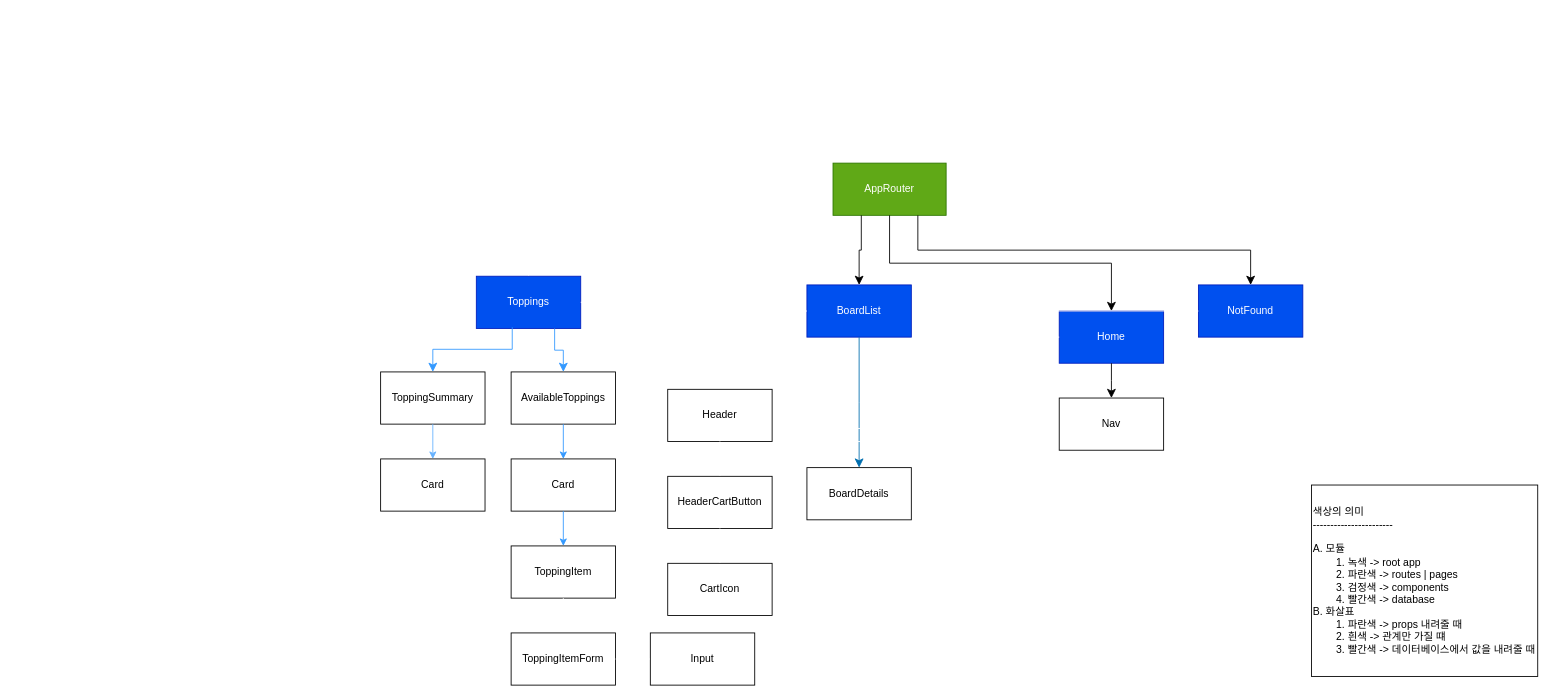
The draw.io diagram react/playground/document/컴포넌트-계통도.drawio in Doohwancho/javascript, before the edit. Source tidied: cells renumbered, new cells numbered last; positions are measured from the earlier drawing's top-left corner, leaving out a move shared by most shapes. Both pictures are drawn from the tidied source at 87%, with x=0, y=0 at pixel (380, 163).
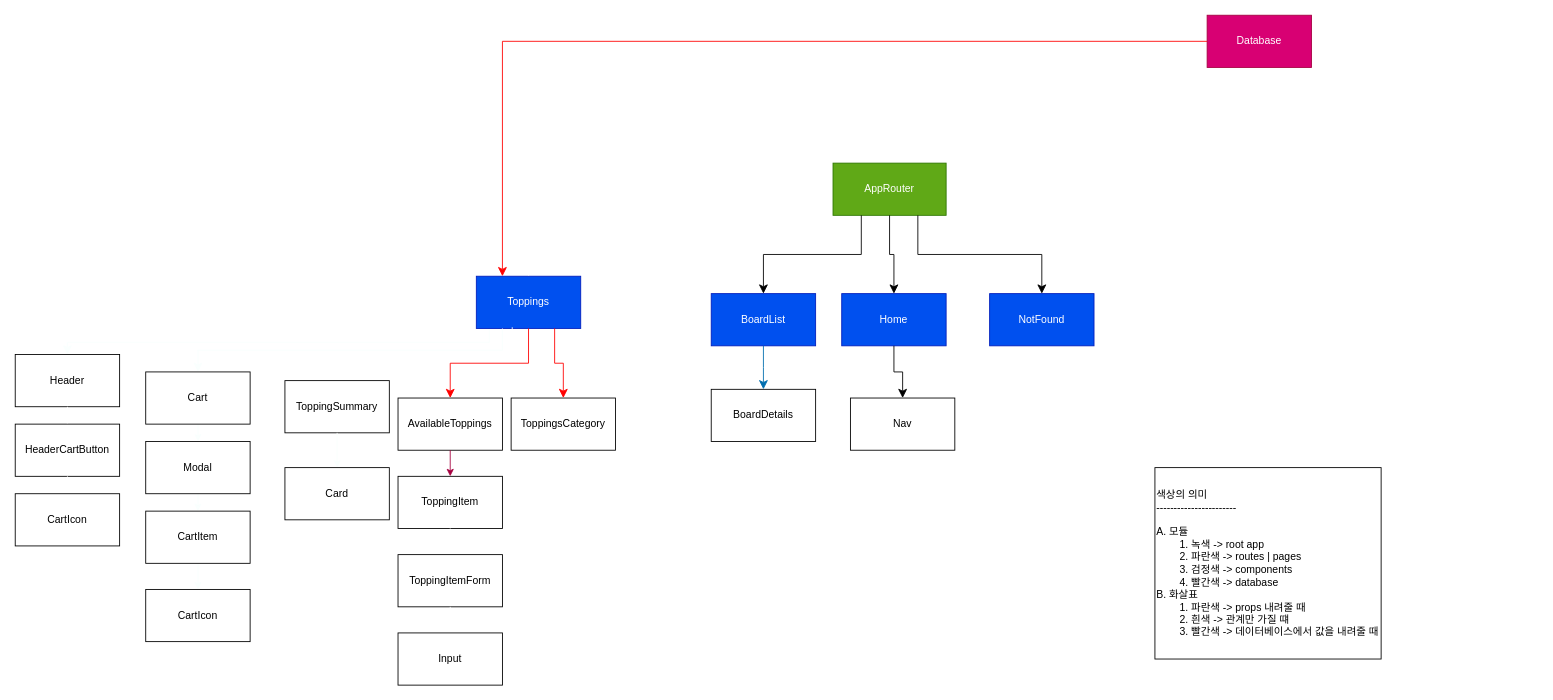
The same page after the edit.

Unchanged cells that the change refers to:
```xml
<mxCell id="14" value="Toppings" style="rounded=0;whiteSpace=wrap;html=1;fillColor=#0050ef;fontColor=#ffffff;strokeColor=#001DBC;" parent="1" vertex="1">
  <mxGeometry x="110" y="130" width="120" height="60" as="geometry" />
</mxCell>
```

Change to the diagram source:
```diff
@@
     <mxCell id="3" value="Home" style="rounded=0;whiteSpace=wrap;html=1;fillColor=#0050ef;fontColor=#ffffff;strokeColor=#001DBC;" parent="1" vertex="1">
-      <mxGeometry x="780" y="170" width="120" height="60" as="geometry" />
+      <mxGeometry x="530" y="150" width="120" height="60" as="geometry" />
     </mxCell>
     <mxCell id="4" value="NotFound" style="rounded=0;whiteSpace=wrap;html=1;fillColor=#0050ef;fontColor=#ffffff;strokeColor=#001DBC;" parent="1" vertex="1">
-      <mxGeometry x="940" y="140" width="120" height="60" as="geometry" />
+      <mxGeometry x="700" y="150" width="120" height="60" as="geometry" />
     </mxCell>
     <mxCell id="5" value="Nav" style="rounded=0;whiteSpace=wrap;html=1;" parent="1" vertex="1">
-      <mxGeometry x="780" y="270" width="120" height="60" as="geometry" />
+      <mxGeometry x="540" y="270" width="120" height="60" as="geometry" />
     </mxCell>
@@
     <mxCell id="9" value="BoardDetails" style="rounded=0;whiteSpace=wrap;html=1;" parent="1" vertex="1">
-      <mxGeometry x="490" y="350" width="120" height="60" as="geometry" />
+      <mxGeometry x="380" y="260" width="120" height="60" as="geometry" />
     </mxCell>
     <mxCell id="10" value="BoardList" style="rounded=0;whiteSpace=wrap;html=1;fillColor=#0050ef;fontColor=#ffffff;strokeColor=#001DBC;" parent="1" vertex="1">
-      <mxGeometry x="490" y="140" width="120" height="60" as="geometry" />
+      <mxGeometry x="380" y="150" width="120" height="60" as="geometry" />
     </mxCell>
@@
     <mxCell id="13" value="색상의 의미&lt;br&gt;-----------------------&lt;br&gt;&lt;br&gt;A. 모듈&lt;br&gt;&lt;span style=&quot;white-space: pre;&quot;&gt;&#9;&lt;/span&gt;1. 녹색 -&amp;gt; root app&lt;br&gt;&lt;span style=&quot;white-space: pre;&quot;&gt;&#9;&lt;/span&gt;2. 파란색 -&amp;gt; routes | pages&lt;br&gt;&lt;span style=&quot;white-space: pre;&quot;&gt;&#9;&lt;/span&gt;3. 검정색 -&amp;gt; components&lt;br&gt;&lt;span style=&quot;white-space: pre;&quot;&gt;&#9;&lt;/span&gt;4. 빨간색 -&amp;gt; database&lt;br&gt;B. 화살표&lt;br&gt;&lt;span style=&quot;white-space: pre;&quot;&gt;&#9;&lt;/span&gt;1. 파란색 -&amp;gt; props 내려줄 때&lt;br&gt;&lt;span style=&quot;white-space: pre;&quot;&gt;&#9;&lt;/span&gt;2. 흰색 -&amp;gt; 관계만 가질 떄&lt;br&gt;&lt;span style=&quot;white-space: pre;&quot;&gt;&#9;&lt;/span&gt;3. 빨간색 -&amp;gt; 데이터베이스에서 값을 내려줄 때" style="rounded=0;whiteSpace=wrap;html=1;align=left;" parent="1" vertex="1">
-      <mxGeometry x="1070" y="370" width="260" height="220" as="geometry" />
+      <mxGeometry x="890" y="350" width="260" height="220" as="geometry" />
     </mxCell>
@@
     <mxCell id="15" value="ToppingSummary" style="rounded=0;whiteSpace=wrap;html=1;" parent="1" vertex="1">
-      <mxGeometry y="240" width="120" height="60" as="geometry" />
+      <mxGeometry x="-110" y="250" width="120" height="60" as="geometry" />
     </mxCell>
     <mxCell id="16" value="Card" style="rounded=0;whiteSpace=wrap;html=1;" parent="1" vertex="1">
-      <mxGeometry y="340" width="120" height="60" as="geometry" />
+      <mxGeometry x="-110" y="350" width="120" height="60" as="geometry" />
     </mxCell>
-    <mxCell id="17" style="endArrow=classic;html=1;exitX=0.5;exitY=1;exitDx=0;exitDy=0;entryX=0.5;entryY=0;entryDx=0;entryDy=0;fillColor=#0050ef;strokeColor=#66B2FF;" parent="1" edge="1" source="15" target="16">
+    <mxCell id="17" style="endArrow=classic;html=1;exitX=0.5;exitY=1;exitDx=0;exitDy=0;entryX=0.5;entryY=0;entryDx=0;entryDy=0;fillColor=#0050ef;strokeColor=#FAFFFE;" parent="1" edge="1" source="15" target="16">
       <mxGeometry relative="1" as="geometry" />
     </mxCell>
     <mxCell id="18" value="AvailableToppings" style="rounded=0;whiteSpace=wrap;html=1;" parent="1" vertex="1">
-      <mxGeometry x="150" y="240" width="120" height="60" as="geometry" />
+      <mxGeometry x="20" y="270" width="120" height="60" as="geometry" />
     </mxCell>
     <mxCell id="19" value="ToppingItem" style="rounded=0;whiteSpace=wrap;html=1;" parent="1" vertex="1">
-      <mxGeometry x="150" y="440" width="120" height="60" as="geometry" />
+      <mxGeometry x="20" y="360" width="120" height="60" as="geometry" />
     </mxCell>
     <mxCell id="20" value="ToppingItemForm" style="rounded=0;whiteSpace=wrap;html=1;" parent="1" vertex="1">
-      <mxGeometry x="150" y="540" width="120" height="60" as="geometry" />
+      <mxGeometry x="20" y="450" width="120" height="60" as="geometry" />
     </mxCell>
@@
-    <mxCell id="22" value="Card" style="rounded=0;whiteSpace=wrap;html=1;" parent="1" vertex="1">
-      <mxGeometry x="150" y="340" width="120" height="60" as="geometry" />
-    </mxCell>
-    <mxCell id="23" style="endArrow=classic;html=1;exitX=0.5;exitY=1;exitDx=0;exitDy=0;entryX=0.5;entryY=0;entryDx=0;entryDy=0;fillColor=#0050ef;strokeColor=#3399FF;" parent="1" edge="1" source="18" target="22">
-      <mxGeometry relative="1" as="geometry" />
-    </mxCell>
-    <mxCell id="24" style="endArrow=classic;html=1;exitX=0.5;exitY=1;exitDx=0;exitDy=0;entryX=0.5;entryY=0;entryDx=0;entryDy=0;strokeColor=#3399FF;" parent="1" edge="1" source="22" target="19">
+    <mxCell id="24" style="endArrow=classic;html=1;exitX=0.5;exitY=1;exitDx=0;exitDy=0;entryX=0.5;entryY=0;entryDx=0;entryDy=0;strokeColor=#A50040;fillColor=#d80073;" parent="1" edge="1" source="18" target="19">
       <mxGeometry relative="1" as="geometry" />
     </mxCell>
-    <mxCell id="25" style="edgeStyle=elbowEdgeStyle;elbow=vertical;endArrow=classic;html=1;curved=0;rounded=0;endSize=8;startSize=8;strokeColor=#3399FF;exitX=0.75;exitY=1;exitDx=0;exitDy=0;entryX=0.5;entryY=0;entryDx=0;entryDy=0;" parent="1" edge="1" source="14" target="18">
+    <mxCell id="25" style="edgeStyle=elbowEdgeStyle;elbow=vertical;endArrow=classic;html=1;curved=0;rounded=0;endSize=8;startSize=8;strokeColor=#FF0000;exitX=0.5;exitY=1;exitDx=0;exitDy=0;entryX=0.5;entryY=0;entryDx=0;entryDy=0;" parent="1" edge="1" source="14" target="18">
       <mxGeometry relative="1" as="geometry" />
     </mxCell>
-    <mxCell id="26" style="edgeStyle=elbowEdgeStyle;elbow=vertical;endArrow=classic;html=1;curved=0;rounded=0;endSize=8;startSize=8;strokeColor=#3399FF;exitX=0.344;exitY=0.978;exitDx=0;exitDy=0;exitPerimeter=0;entryX=0.5;entryY=0;entryDx=0;entryDy=0;" parent="1" edge="1" source="14" target="15">
+    <mxCell id="26" style="edgeStyle=elbowEdgeStyle;elbow=vertical;endArrow=classic;html=1;curved=0;rounded=0;endSize=8;startSize=8;strokeColor=#FFFFFF;exitX=0.344;exitY=0.978;exitDx=0;exitDy=0;exitPerimeter=0;entryX=0.5;entryY=0;entryDx=0;entryDy=0;" parent="1" edge="1" source="14" target="15">
       <mxGeometry relative="1" as="geometry" />
     </mxCell>
     <mxCell id="27" value="Input" style="rounded=0;whiteSpace=wrap;html=1;" parent="1" vertex="1">
-      <mxGeometry x="310" y="540" width="120" height="60" as="geometry" />
+      <mxGeometry x="20" y="540" width="120" height="60" as="geometry" />
     </mxCell>
-    <mxCell id="28" style="endArrow=classic;html=1;strokeColor=#FFFFFF;exitX=1;exitY=0.5;exitDx=0;exitDy=0;entryX=0;entryY=0.5;entryDx=0;entryDy=0;fillColor=#f5f5f5;" parent="1" edge="1" source="20" target="27">
-      <mxGeometry relative="1" as="geometry" />
-    </mxCell>
     <mxCell id="29" value="Header" style="rounded=0;whiteSpace=wrap;html=1;" parent="1" vertex="1">
-      <mxGeometry x="330" y="260" width="120" height="60" as="geometry" />
+      <mxGeometry x="-420" y="220" width="120" height="60" as="geometry" />
     </mxCell>
     <mxCell id="30" value="HeaderCartButton" style="rounded=0;whiteSpace=wrap;html=1;" parent="1" vertex="1">
-      <mxGeometry x="330" y="360" width="120" height="60" as="geometry" />
+      <mxGeometry x="-420" y="300" width="120" height="60" as="geometry" />
     </mxCell>
@@
-    <mxCell id="33" style="edgeStyle=elbowEdgeStyle;elbow=horizontal;endArrow=classic;html=1;curved=0;rounded=0;endSize=8;startSize=8;strokeColor=#FFFFFF;exitX=1;exitY=0.5;exitDx=0;exitDy=0;entryX=0;entryY=0.5;entryDx=0;entryDy=0;" parent="1" edge="1" source="14" target="29">
-      <mxGeometry relative="1" as="geometry" />
-    </mxCell>
-    <mxCell id="34" style="edgeStyle=elbowEdgeStyle;elbow=horizontal;endArrow=classic;html=1;curved=0;rounded=0;endSize=8;startSize=8;strokeColor=#FFFFFF;exitX=0;exitY=0.5;exitDx=0;exitDy=0;entryX=1;entryY=0.5;entryDx=0;entryDy=0;" parent="1" edge="1" source="10" target="29">
-      <mxGeometry relative="1" as="geometry" />
-    </mxCell>
-    <mxCell id="35" style="edgeStyle=elbowEdgeStyle;elbow=horizontal;endArrow=classic;html=1;curved=0;rounded=0;endSize=8;startSize=8;strokeColor=#FFFFFF;exitX=0;exitY=0.5;exitDx=0;exitDy=0;entryX=1;entryY=0.75;entryDx=0;entryDy=0;" parent="1" edge="1" source="3" target="29">
-      <mxGeometry relative="1" as="geometry" />
-    </mxCell>
-    <mxCell id="36" style="edgeStyle=elbowEdgeStyle;elbow=horizontal;endArrow=classic;html=1;curved=0;rounded=0;endSize=8;startSize=8;strokeColor=#FFFFFF;exitX=0;exitY=0.5;exitDx=0;exitDy=0;entryX=1;entryY=1;entryDx=0;entryDy=0;" parent="1" edge="1" source="4" target="29">
-      <mxGeometry relative="1" as="geometry" />
-    </mxCell>
     <mxCell id="37" value="CartIcon" style="whiteSpace=wrap;html=1;" parent="1" vertex="1">
-      <mxGeometry x="330" y="460" width="120" height="60" as="geometry" />
+      <mxGeometry x="-420" y="380" width="120" height="60" as="geometry" />
     </mxCell>
@@
+    <mxCell id="39" value="Database" style="whiteSpace=wrap;html=1;fillColor=#d80073;fontColor=#ffffff;strokeColor=#A50040;" parent="1" vertex="1">
+      <mxGeometry x="950" y="-170" width="120" height="60" as="geometry" />
+    </mxCell>
+    <mxCell id="40" style="edgeStyle=segmentEdgeStyle;endArrow=classic;html=1;curved=0;rounded=0;endSize=8;startSize=8;exitX=0;exitY=0.5;exitDx=0;exitDy=0;entryX=0.25;entryY=0;entryDx=0;entryDy=0;strokeColor=#FF0000;" parent="1" edge="1" source="39" target="14">
+      <mxGeometry relative="1" as="geometry" />
+    </mxCell>
+    <mxCell id="28" style="endArrow=classic;html=1;strokeColor=#FFFFFF;exitX=0.5;exitY=1;exitDx=0;exitDy=0;entryX=0.5;entryY=0;entryDx=0;entryDy=0;" parent="1" edge="1" source="20" target="27">
+      <mxGeometry relative="1" as="geometry" />
+    </mxCell>
+    <mxCell id="41" value="ToppingsCategory" style="rounded=0;whiteSpace=wrap;html=1;" parent="1" vertex="1">
+      <mxGeometry x="150" y="270" width="120" height="60" as="geometry" />
+    </mxCell>
+    <mxCell id="42" style="edgeStyle=elbowEdgeStyle;elbow=vertical;endArrow=classic;html=1;curved=0;rounded=0;endSize=8;startSize=8;strokeColor=#FF0000;exitX=0.75;exitY=1;exitDx=0;exitDy=0;entryX=0.5;entryY=0;entryDx=0;entryDy=0;" parent="1" edge="1" source="14" target="41">
+      <mxGeometry relative="1" as="geometry" />
+    </mxCell>
+    <mxCell id="43" style="edgeStyle=elbowEdgeStyle;elbow=vertical;endArrow=classic;html=1;curved=0;rounded=0;endSize=8;startSize=8;strokeColor=#FAFFFE;exitX=0.25;exitY=1;exitDx=0;exitDy=0;entryX=0.5;entryY=0;entryDx=0;entryDy=0;" parent="1" edge="1" source="14" target="45">
+      <mxGeometry relative="1" as="geometry" />
+    </mxCell>
+    <mxCell id="44" style="edgeStyle=none;html=1;exitX=0.5;exitY=1;exitDx=0;exitDy=0;entryX=0.5;entryY=0;entryDx=0;entryDy=0;strokeColor=#FAFFFE;" parent="1" edge="1" source="45" target="47">
+      <mxGeometry relative="1" as="geometry" />
+    </mxCell>
+    <mxCell id="45" value="Cart" style="rounded=0;whiteSpace=wrap;html=1;" parent="1" vertex="1">
+      <mxGeometry x="-270" y="240" width="120" height="60" as="geometry" />
+    </mxCell>
+    <mxCell id="46" style="edgeStyle=none;html=1;exitX=0.5;exitY=1;exitDx=0;exitDy=0;entryX=0.5;entryY=0;entryDx=0;entryDy=0;strokeColor=#FAFFFE;" parent="1" edge="1" source="47" target="49">
+      <mxGeometry relative="1" as="geometry" />
+    </mxCell>
+    <mxCell id="47" value="Modal" style="whiteSpace=wrap;html=1;" parent="1" vertex="1">
+      <mxGeometry x="-270" y="320" width="120" height="60" as="geometry" />
+    </mxCell>
+    <mxCell id="48" style="edgeStyle=none;html=1;exitX=0.5;exitY=1;exitDx=0;exitDy=0;entryX=0.5;entryY=0;entryDx=0;entryDy=0;strokeColor=#FAFFFE;" parent="1" edge="1" source="49" target="50">
+      <mxGeometry relative="1" as="geometry" />
+    </mxCell>
+    <mxCell id="49" value="CartItem" style="whiteSpace=wrap;html=1;" parent="1" vertex="1">
+      <mxGeometry x="-270" y="400" width="120" height="60" as="geometry" />
+    </mxCell>
+    <mxCell id="50" value="CartIcon" style="whiteSpace=wrap;html=1;" parent="1" vertex="1">
+      <mxGeometry x="-270" y="490" width="120" height="60" as="geometry" />
+    </mxCell>
+    <mxCell id="33" style="edgeStyle=elbowEdgeStyle;elbow=vertical;endArrow=classic;html=1;curved=0;rounded=0;endSize=8;startSize=8;strokeColor=#FAFFFE;exitX=0.124;exitY=1.019;exitDx=0;exitDy=0;exitPerimeter=0;entryX=0.5;entryY=0;entryDx=0;entryDy=0;" parent="1" edge="1" source="14" target="29">
+      <mxGeometry relative="1" as="geometry" />
+    </mxCell>
```
